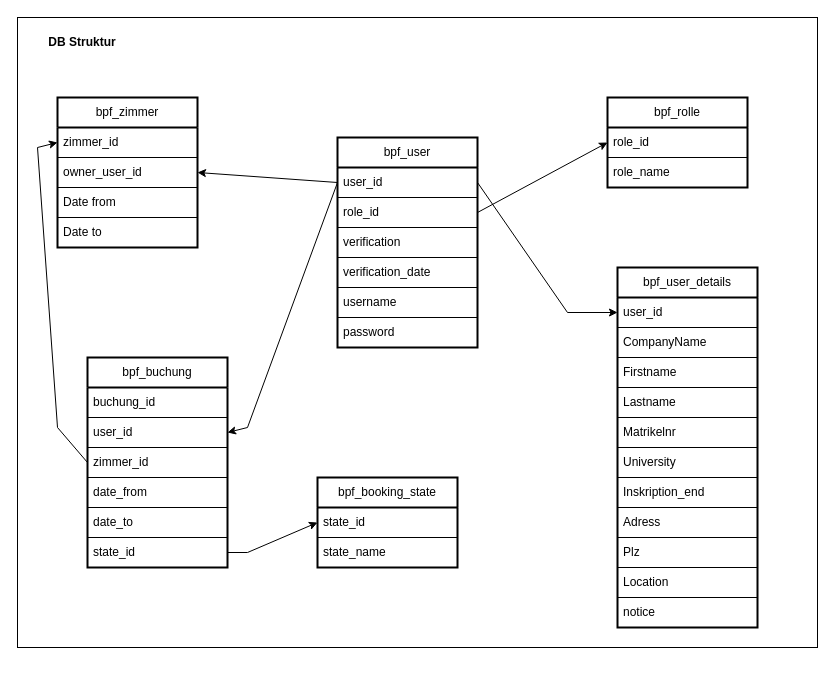
Earlier version of the draw.io diagram app/database/docu/apptpt_erdiagramm.drawio (msomosi/INEN-PT-BuchungsApp). Source tidied: cells renumbered, new cells numbered last; positions are measured from the earlier drawing's top-left corner, leaving out a move shared by most shapes. Both pictures are drawn from the tidied source at 100%, with x=0, y=0 at pixel (17, 17).
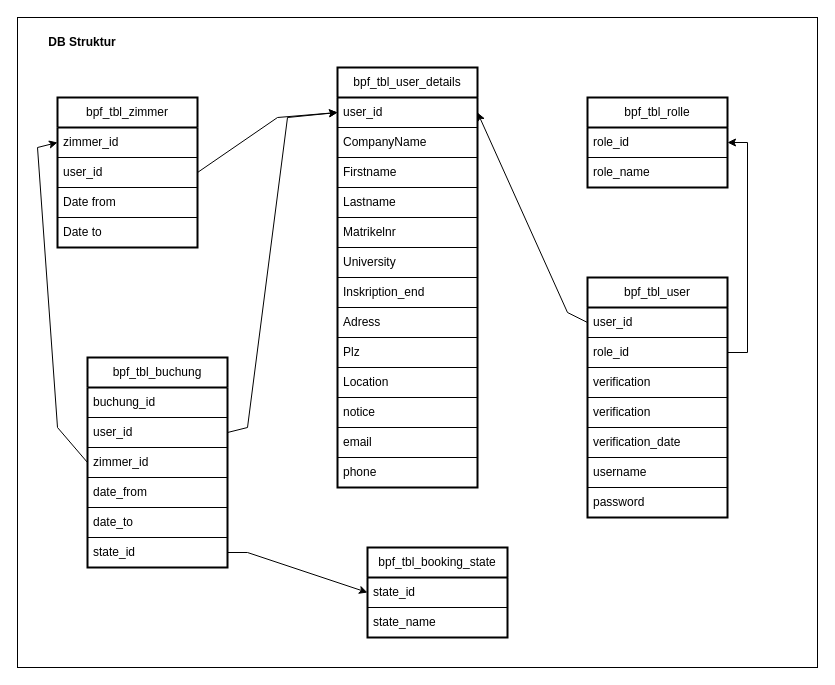
After the change.

The change refers to these unchanged cells:
```xml
<mxCell id="9" value="user_id" style="text;strokeColor=default;fillColor=none;align=left;verticalAlign=middle;spacingLeft=4;spacingRight=4;overflow=hidden;points=[[0,0.5],[1,0.5]];portConstraint=eastwest;whiteSpace=wrap;html=1;" parent="8" vertex="1">
  <mxGeometry y="30" width="140" height="30" as="geometry" />
</mxCell>
<mxCell id="10" value="role_id" style="text;strokeColor=default;fillColor=none;align=left;verticalAlign=middle;spacingLeft=4;spacingRight=4;overflow=hidden;points=[[0,0.5],[1,0.5]];portConstraint=eastwest;whiteSpace=wrap;html=1;" parent="8" vertex="1">
  <mxGeometry y="60" width="140" height="30" as="geometry" />
</mxCell>
<mxCell id="17" value="user_id" style="text;strokeColor=default;fillColor=none;align=left;verticalAlign=middle;spacingLeft=4;spacingRight=4;overflow=hidden;points=[[0,0.5],[1,0.5]];portConstraint=eastwest;whiteSpace=wrap;html=1;" parent="15" vertex="1">
  <mxGeometry y="60" width="140" height="30" as="geometry" />
</mxCell>
<mxCell id="23" value="role_id" style="text;strokeColor=default;fillColor=none;align=left;verticalAlign=middle;spacingLeft=4;spacingRight=4;overflow=hidden;points=[[0,0.5],[1,0.5]];portConstraint=eastwest;whiteSpace=wrap;html=1;" parent="22" vertex="1">
  <mxGeometry y="30" width="140" height="30" as="geometry" />
</mxCell>
<mxCell id="36" value="user_id" style="text;strokeColor=default;fillColor=none;align=left;verticalAlign=middle;spacingLeft=4;spacingRight=4;overflow=hidden;points=[[0,0.5],[1,0.5]];portConstraint=eastwest;whiteSpace=wrap;html=1;" parent="35" vertex="1">
  <mxGeometry y="30" width="140" height="30" as="geometry" />
</mxCell>
```

The edit, as a diff of the source:
```diff
@@
     <mxCell id="2" style="rounded=0;whiteSpace=wrap;html=1;" parent="1" vertex="1">
-      <mxGeometry width="800" height="630" as="geometry" />
+      <mxGeometry width="800" height="650" as="geometry" />
     </mxCell>
-    <mxCell id="3" value="bpf_zimmer" style="swimlane;fontStyle=0;horizontal=1;startSize=30;whiteSpace=wrap;html=1;strokeWidth=2;" parent="1" vertex="1">
+    <mxCell id="3" value="bpf_tbl_zimmer" style="swimlane;fontStyle=0;horizontal=1;startSize=30;whiteSpace=wrap;html=1;strokeWidth=2;" parent="1" vertex="1">
       <mxGeometry x="40" y="80" width="140" height="150" as="geometry" />
     </mxCell>
@@
-    <mxCell id="5" value="owner_user_id" style="text;strokeColor=default;fillColor=none;align=left;verticalAlign=middle;spacingLeft=4;spacingRight=4;overflow=hidden;points=[[0,0.5],[1,0.5]];portConstraint=eastwest;whiteSpace=wrap;html=1;" parent="3" vertex="1">
+    <mxCell id="5" value="user_id" style="text;strokeColor=default;fillColor=none;align=left;verticalAlign=middle;spacingLeft=4;spacingRight=4;overflow=hidden;points=[[0,0.5],[1,0.5]];portConstraint=eastwest;whiteSpace=wrap;html=1;" parent="3" vertex="1">
       <mxGeometry y="60" width="140" height="30" as="geometry" />
     </mxCell>
@@
-    <mxCell id="8" value="bpf_user" style="swimlane;fontStyle=0;horizontal=1;startSize=30;whiteSpace=wrap;html=1;strokeWidth=2;" parent="1" vertex="1">
-      <mxGeometry x="320" y="120" width="140" height="210" as="geometry" />
+    <mxCell id="8" value="bpf_tbl_user" style="swimlane;fontStyle=0;horizontal=1;startSize=30;whiteSpace=wrap;html=1;strokeWidth=2;" parent="1" vertex="1">
+      <mxGeometry x="570" y="260" width="140" height="240" as="geometry" />
     </mxCell>
@@
+    <mxCell id="47" value="verification" style="text;strokeColor=default;fillColor=none;align=left;verticalAlign=middle;spacingLeft=4;spacingRight=4;overflow=hidden;whiteSpace=wrap;html=1;" parent="8" vertex="1">
+      <mxGeometry y="90" width="140" height="30" as="geometry" />
+    </mxCell>
     <mxCell id="11" value="verification" style="text;strokeColor=default;fillColor=none;align=left;verticalAlign=middle;spacingLeft=4;spacingRight=4;overflow=hidden;whiteSpace=wrap;html=1;" parent="8" vertex="1">
-      <mxGeometry y="90" width="140" height="30" as="geometry" />
+      <mxGeometry y="120" width="140" height="30" as="geometry" />
     </mxCell>
     <mxCell id="12" value="verification_date" style="text;strokeColor=none;fillColor=none;align=left;verticalAlign=middle;spacingLeft=4;spacingRight=4;overflow=hidden;whiteSpace=wrap;html=1;" parent="8" vertex="1">
-      <mxGeometry y="120" width="140" height="30" as="geometry" />
+      <mxGeometry y="150" width="140" height="30" as="geometry" />
     </mxCell>
     <mxCell id="13" value="username" style="text;strokeColor=default;fillColor=none;align=left;verticalAlign=middle;spacingLeft=4;spacingRight=4;overflow=hidden;whiteSpace=wrap;html=1;" parent="8" vertex="1">
-      <mxGeometry y="150" width="140" height="30" as="geometry" />
+      <mxGeometry y="180" width="140" height="30" as="geometry" />
     </mxCell>
     <mxCell id="14" value="password" style="text;strokeColor=none;fillColor=none;align=left;verticalAlign=middle;spacingLeft=4;spacingRight=4;overflow=hidden;whiteSpace=wrap;html=1;" parent="8" vertex="1">
-      <mxGeometry y="180" width="140" height="30" as="geometry" />
+      <mxGeometry y="210" width="140" height="30" as="geometry" />
     </mxCell>
-    <mxCell id="15" value="bpf_buchung" style="swimlane;fontStyle=0;horizontal=1;startSize=30;whiteSpace=wrap;html=1;strokeWidth=2;" parent="1" vertex="1">
+    <mxCell id="15" value="bpf_tbl_buchung" style="swimlane;fontStyle=0;horizontal=1;startSize=30;whiteSpace=wrap;html=1;strokeWidth=2;" parent="1" vertex="1">
       <mxGeometry x="70" y="340" width="140" height="210" as="geometry" />
     </mxCell>
@@
-    <mxCell id="22" value="bpf_rolle" style="swimlane;fontStyle=0;horizontal=1;startSize=30;whiteSpace=wrap;html=1;strokeWidth=2;" parent="1" vertex="1">
-      <mxGeometry x="590" y="80" width="140" height="90" as="geometry" />
+    <mxCell id="22" value="bpf_tbl_rolle" style="swimlane;fontStyle=0;horizontal=1;startSize=30;whiteSpace=wrap;html=1;strokeWidth=2;" parent="1" vertex="1">
+      <mxGeometry x="570" y="80" width="140" height="90" as="geometry" />
     </mxCell>
@@
-    <mxCell id="25" value="bpf_booking_state" style="swimlane;fontStyle=0;horizontal=1;startSize=30;whiteSpace=wrap;html=1;strokeWidth=2;" parent="1" vertex="1">
-      <mxGeometry x="300" y="460" width="140" height="90" as="geometry" />
+    <mxCell id="25" value="bpf_tbl_booking_state" style="swimlane;fontStyle=0;horizontal=1;startSize=30;whiteSpace=wrap;html=1;strokeWidth=2;" parent="1" vertex="1">
+      <mxGeometry x="350" y="530" width="140" height="90" as="geometry" />
     </mxCell>
@@
-    <mxCell id="28" style="endArrow=classic;html=1;rounded=0;entryX=1;entryY=0.5;entryDx=0;entryDy=0;exitX=0;exitY=0.5;exitDx=0;exitDy=0;" parent="1" edge="1" source="9" target="17">
+    <mxCell id="28" style="endArrow=none;html=1;rounded=0;entryX=1;entryY=0.5;entryDx=0;entryDy=0;exitX=0;exitY=0.5;exitDx=0;exitDy=0;startArrow=classic;startFill=1;endFill=0;" parent="1" edge="1" source="36" target="17">
       <mxGeometry relative="1" as="geometry">
         <Array as="points">
+          <mxPoint x="270" y="100" />
           <mxPoint x="230" y="410" />
         </Array>
       </mxGeometry>
     </mxCell>
-    <mxCell id="29" style="endArrow=classic;html=1;rounded=0;entryX=0;entryY=0.5;entryDx=0;entryDy=0;exitX=1;exitY=0.5;exitDx=0;exitDy=0;" parent="1" edge="1" source="10" target="23">
-      <mxGeometry relative="1" as="geometry" />
+    <mxCell id="29" style="endArrow=classic;html=1;rounded=0;entryX=1;entryY=0.5;entryDx=0;entryDy=0;exitX=1;exitY=0.5;exitDx=0;exitDy=0;" parent="1" edge="1" source="10" target="23">
+      <mxGeometry relative="1" as="geometry">
+        <Array as="points">
+          <mxPoint x="730" y="335" />
+          <mxPoint x="730" y="125" />
+        </Array>
+      </mxGeometry>
     </mxCell>
-    <mxCell id="30" style="endArrow=classic;html=1;rounded=0;exitX=1;exitY=0.5;exitDx=0;exitDy=0;entryX=0;entryY=0.5;entryDx=0;entryDy=0;" parent="1" edge="1" source="9" target="36">
-      <mxGeometry relative="1" as="geometry">
-        <Array as="points">
-          <mxPoint x="550" y="295" />
-        </Array>
-      </mxGeometry>
-    </mxCell>
@@
-    <mxCell id="32" style="endArrow=classic;html=1;rounded=0;entryX=1;entryY=0.5;entryDx=0;entryDy=0;exitX=0;exitY=0.5;exitDx=0;exitDy=0;" parent="1" edge="1" source="9" target="5">
-      <mxGeometry relative="1" as="geometry" />
+    <mxCell id="32" style="endArrow=none;html=1;rounded=0;entryX=1;entryY=0.5;entryDx=0;entryDy=0;exitX=0;exitY=0.5;exitDx=0;exitDy=0;startArrow=classic;startFill=1;endFill=0;" parent="1" edge="1" source="36" target="5">
+      <mxGeometry relative="1" as="geometry">
+        <Array as="points">
+          <mxPoint x="260" y="100" />
+        </Array>
+      </mxGeometry>
     </mxCell>
@@
-    <mxCell id="35" value="bpf_user_details" style="swimlane;fontStyle=0;horizontal=1;startSize=30;whiteSpace=wrap;html=1;strokeWidth=2;" parent="1" vertex="1">
-      <mxGeometry x="600" y="250" width="140" height="360" as="geometry" />
+    <mxCell id="35" value="bpf_tbl_user_details" style="swimlane;fontStyle=0;horizontal=1;startSize=30;whiteSpace=wrap;html=1;strokeWidth=2;" parent="1" vertex="1">
+      <mxGeometry x="320" y="50" width="140" height="420" as="geometry" />
     </mxCell>
@@
+    <mxCell id="48" value="email" style="text;strokeColor=none;fillColor=none;align=left;verticalAlign=middle;spacingLeft=4;spacingRight=4;overflow=hidden;whiteSpace=wrap;html=1;" parent="35" vertex="1">
+      <mxGeometry y="360" width="140" height="30" as="geometry" />
+    </mxCell>
+    <mxCell id="49" value="phone" style="text;strokeColor=default;fillColor=none;align=left;verticalAlign=middle;spacingLeft=4;spacingRight=4;overflow=hidden;whiteSpace=wrap;html=1;" parent="35" vertex="1">
+      <mxGeometry y="390" width="140" height="30" as="geometry" />
+    </mxCell>
+    <mxCell id="30" style="endArrow=classic;html=1;rounded=0;entryX=1;entryY=0.5;entryDx=0;entryDy=0;startArrow=none;startFill=0;endFill=1;exitX=0;exitY=0.5;exitDx=0;exitDy=0;" parent="1" edge="1" source="9" target="36">
+      <mxGeometry relative="1" as="geometry">
+        <Array as="points">
+          <mxPoint x="550" y="295" />
+        </Array>
+      </mxGeometry>
+    </mxCell>
```
